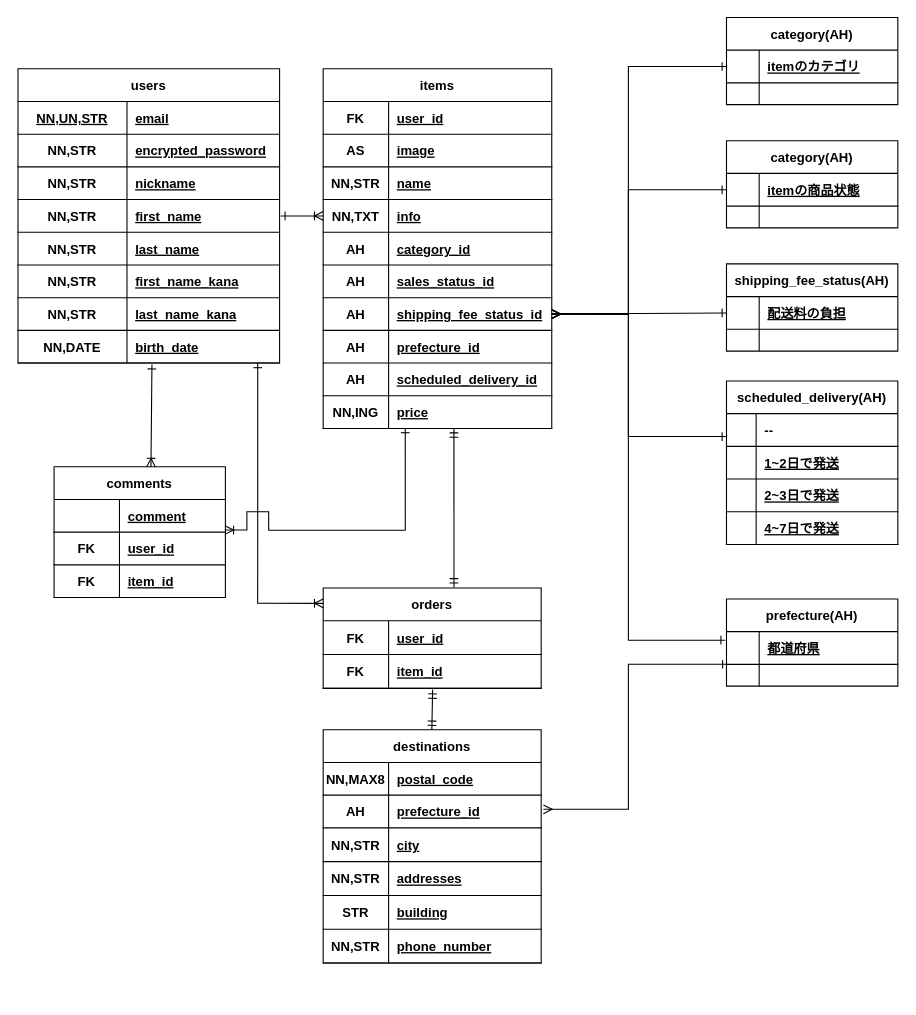
cwarlen-dice/furima-35518 keeps this draw.io diagram as ER図.dio. Above is the earlier version. Source tidied: cells renumbered, new cells numbered last; positions are measured from the earlier drawing's top-left corner, leaving out a move shared by most shapes. Both pictures are drawn from the tidied source at 109%, with x=0, y=0 at pixel (17, 17).
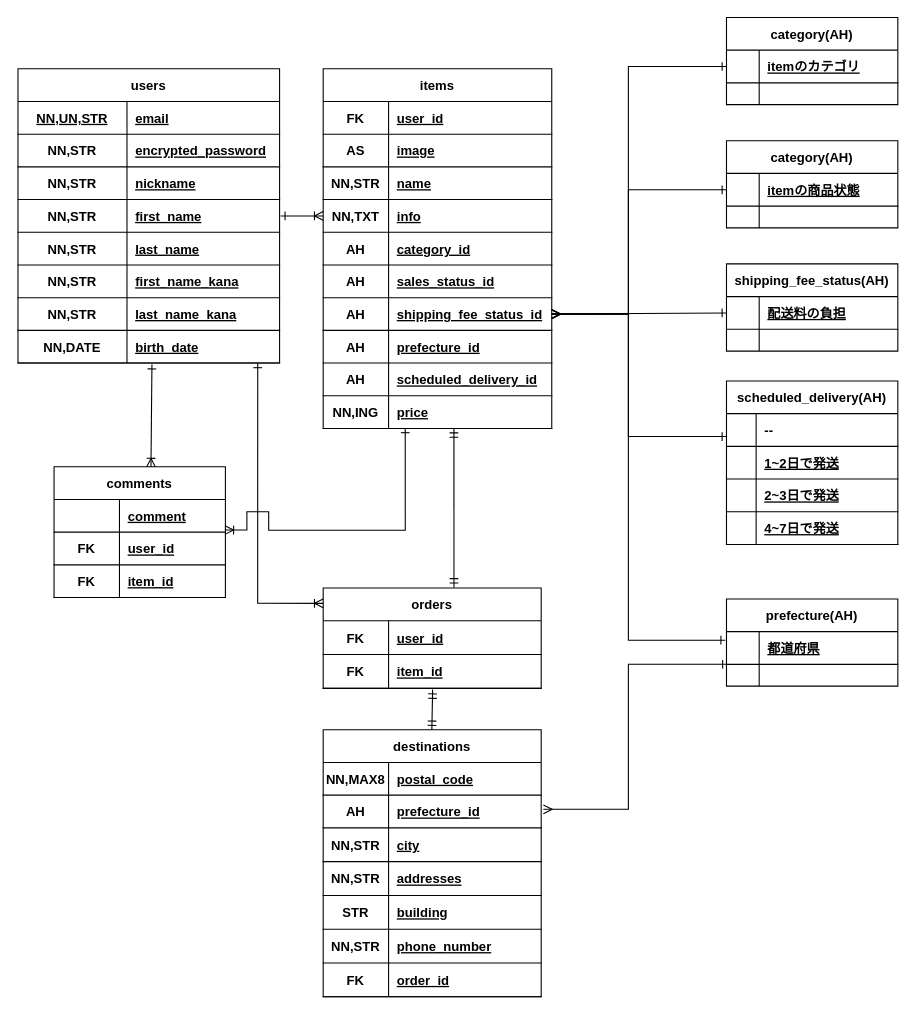
Above is the later version.

Commit message (it also covers changes not shown here):
order_id追加

What changed in the source:
```diff
@@
     <mxCell id="127" value="destinations" style="shape=table;startSize=30;childLayout=tableLayout;rowLines=0;fontStyle=1;align=center;perimeterSpacing=1;" parent="1" vertex="1">
-      <mxGeometry x="280" y="653" width="200" height="214" as="geometry" />
+      <mxGeometry x="280" y="653" width="200" height="245" as="geometry" />
     </mxCell>
@@
+    <mxCell id="147" style="shape=partialRectangle;fillColor=none;top=0;left=0;bottom=1;right=0;" parent="127" vertex="1">
+      <mxGeometry y="214" width="200" height="31" as="geometry" />
+    </mxCell>
+    <mxCell id="148" value="FK" style="shape=partialRectangle;fillColor=none;top=0;left=0;bottom=0;right=0;fontStyle=1;overflow=hidden;" parent="147" vertex="1">
+      <mxGeometry width="60" height="31" as="geometry" />
+    </mxCell>
+    <mxCell id="149" value="order_id" style="shape=partialRectangle;fillColor=none;top=0;left=0;bottom=0;right=0;align=left;spacingLeft=6;fontStyle=5;overflow=hidden;" parent="147" vertex="1">
+      <mxGeometry x="60" width="140" height="31" as="geometry" />
+    </mxCell>
```
